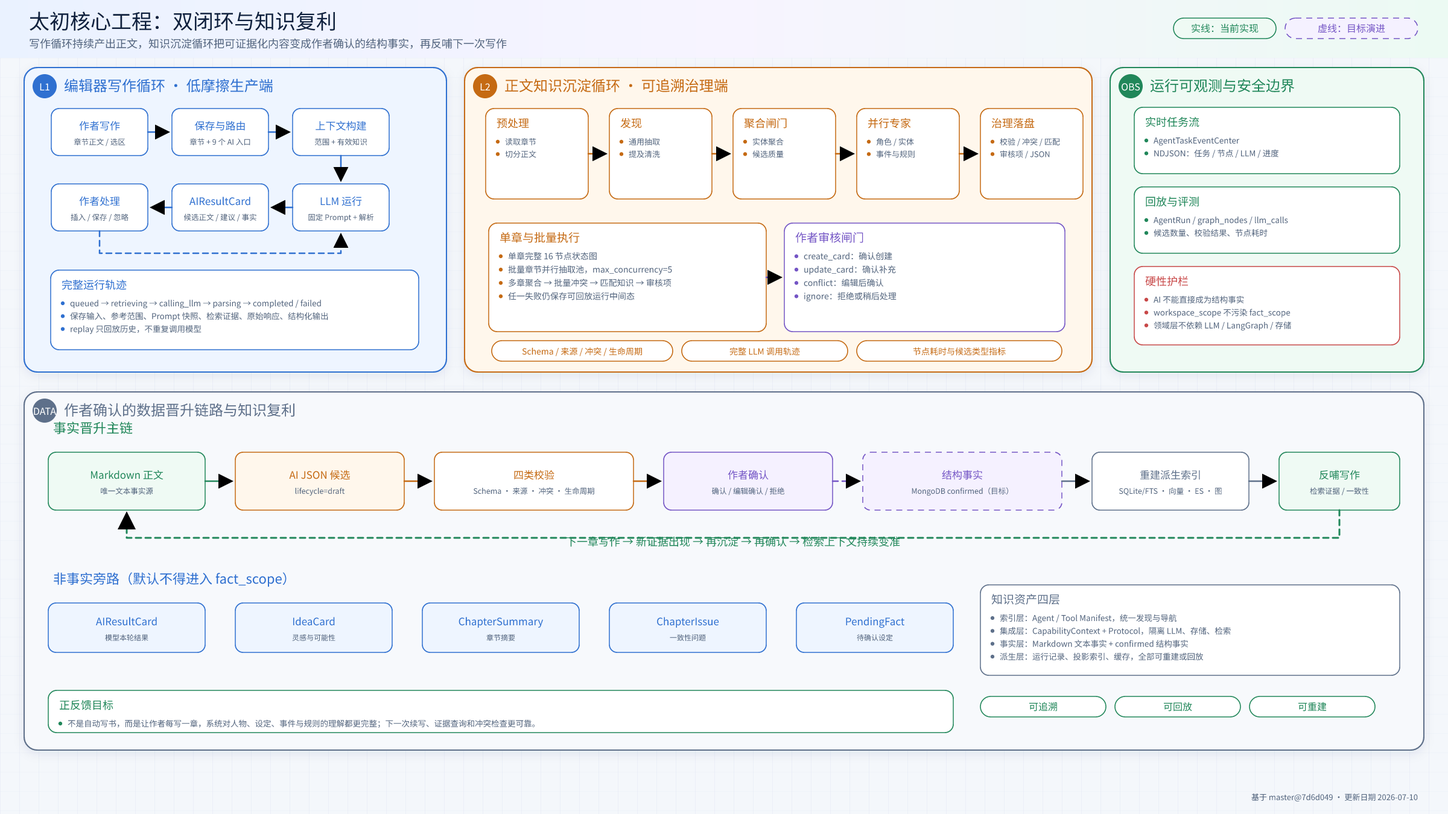
This is docs/临时架构/太初双闭环与知识复利.png from qingluo201816/taichu, a Mermaid export, as it was before one commit. Its source is kept beside it as docs/临时架构/太初双闭环与知识复利.mmd.
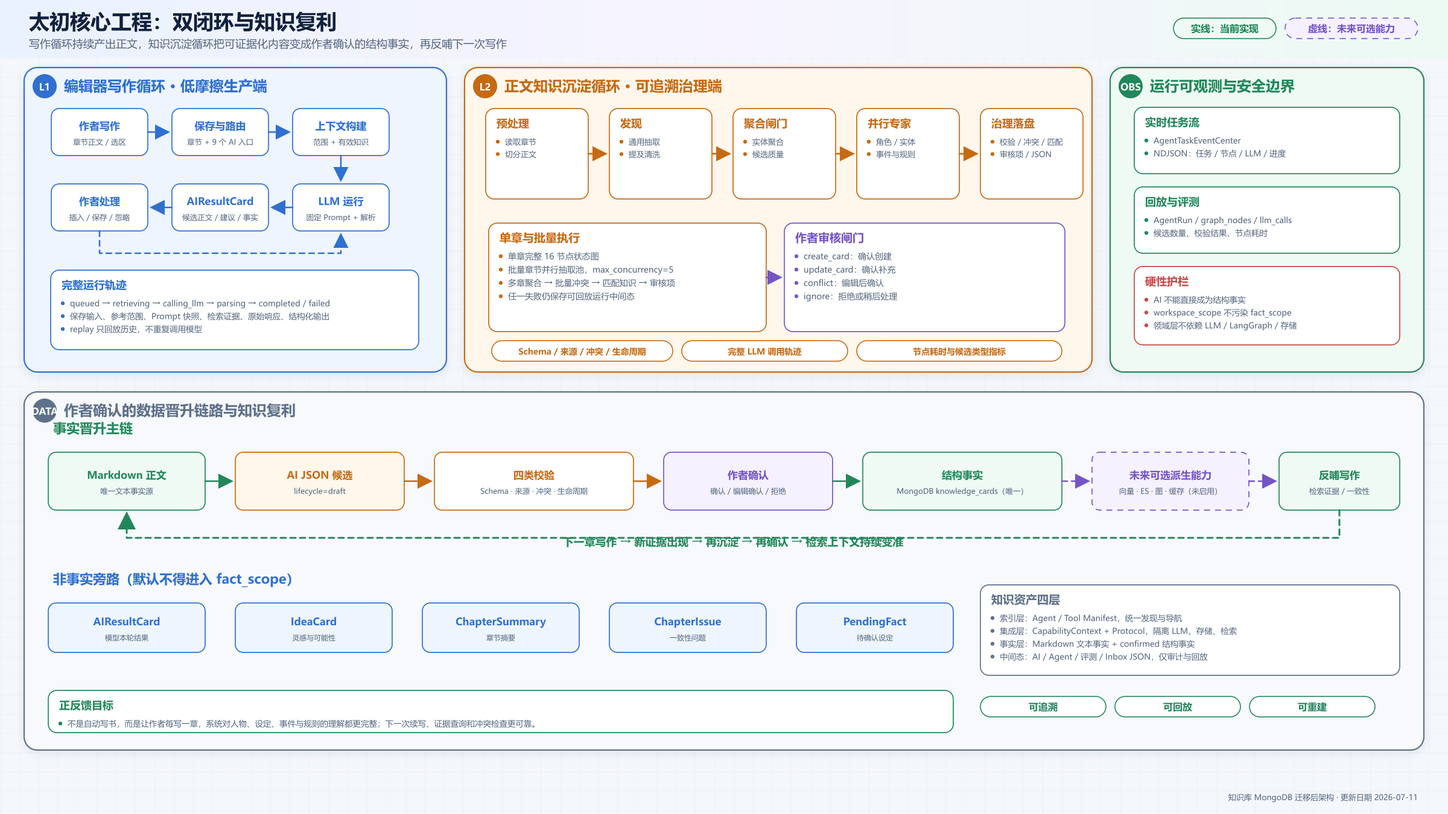
The same file after the commit.

The edit, as a diff of the source:
```diff
@@ -30,17 +30,18 @@
 
     subgraph GOVERNANCE[作者确认与数据晋升]
         Markdown[Markdown 正文<br/>唯一文本事实源]
-        Candidate[AI JSON 候选<br/>lifecycle=draft]
+        Candidate[AI / Agent / Inbox JSON 候选<br/>lifecycle=draft]
         Checks[Schema · 来源 · 冲突 · 生命周期]
         Author[作者确认 / 编辑确认 / 拒绝]
-        Mongo[(MongoDB confirmed<br/>目标结构事实源)]
-        Projection[可重建投影<br/>SQLite/FTS · 向量 · ES · 图]
+        Mongo[(MongoDB knowledge_cards<br/>唯一结构事实源)]
+        Projection[未来可选派生层<br/>向量 · Elasticsearch · 图 · 缓存]
         Future[下一次写作<br/>更准的证据与一致性上下文]
         Markdown --> Candidate --> Checks --> Author
-        Author -.确认后写入.-> Mongo
+        Author -->|确认后写入| Mongo
         Markdown --> Projection
-        Mongo -.目标投影.-> Projection
-        Projection --> Future --> Markdown
+        Mongo --> Future --> Markdown
+        Mongo -.按需构建.-> Projection
+        Projection -.辅助检索.-> Future
     end
 
     subgraph NONFACT[非事实旁路 · 默认不得进入 fact_scope]
@@ -49,6 +50,7 @@
         N3[ChapterSummary]
         N4[ChapterIssue]
         N5[PendingFact]
+        N6[评测 JSON]
     end
 
     Pending --> Candidate
@@ -60,6 +62,6 @@
     classDef fact fill:#effaf4,stroke:#21875a,color:#10213d;
     classDef target fill:#f5f1ff,stroke:#7455c5,color:#10213d,stroke-dasharray:6 4;
     classDef nonfact fill:#eef5ff,stroke:#2f70d0,color:#10213d;
-    class Markdown,Projection,Future fact;
-    class Mongo target;
-    class N1,N2,N3,N4,N5 nonfact;
+    class Markdown,Mongo,Future fact;
+    class Projection target;
+    class N1,N2,N3,N4,N5,N6 nonfact;
```
